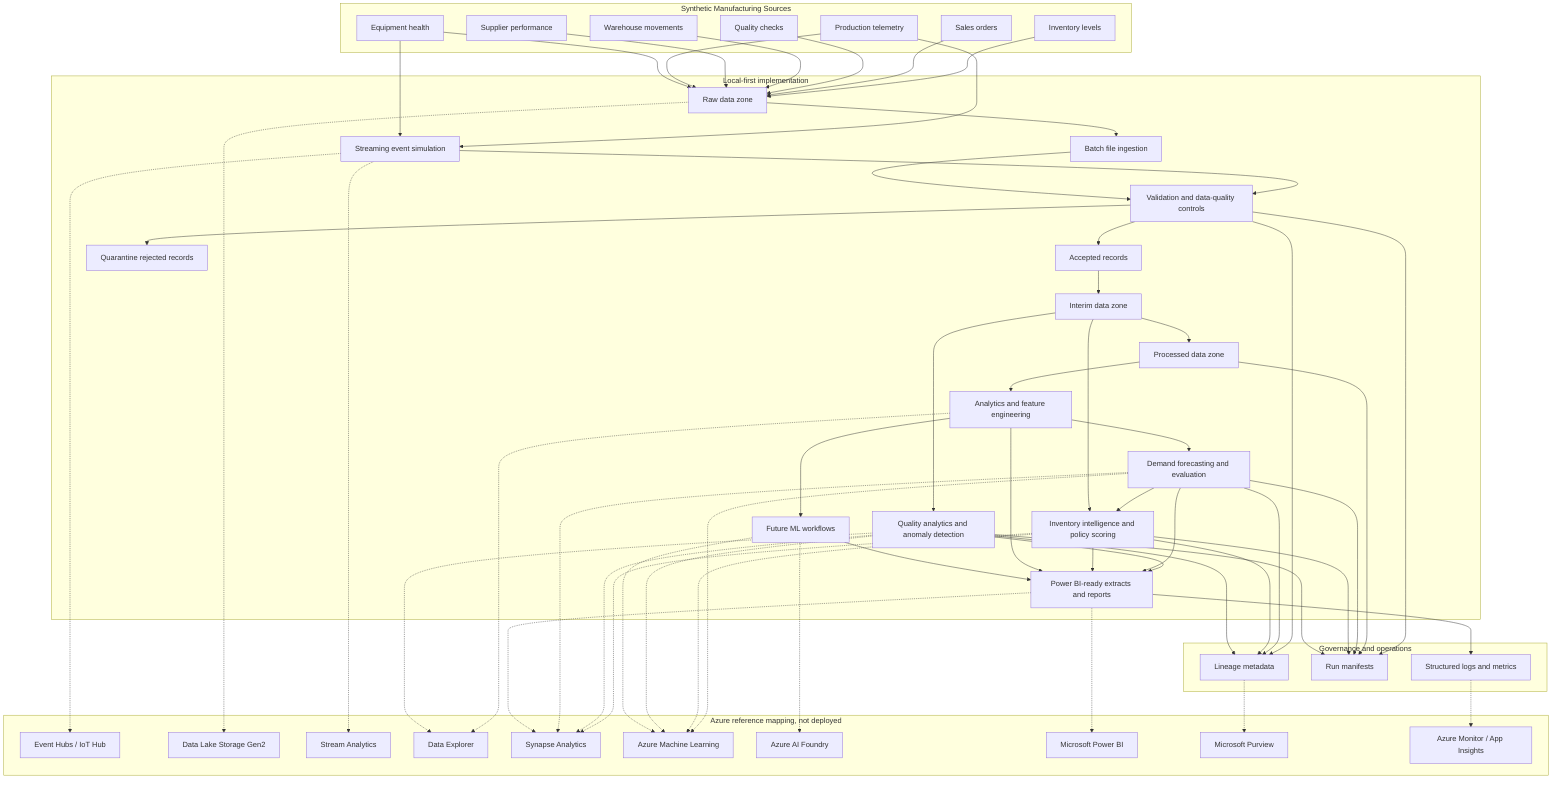
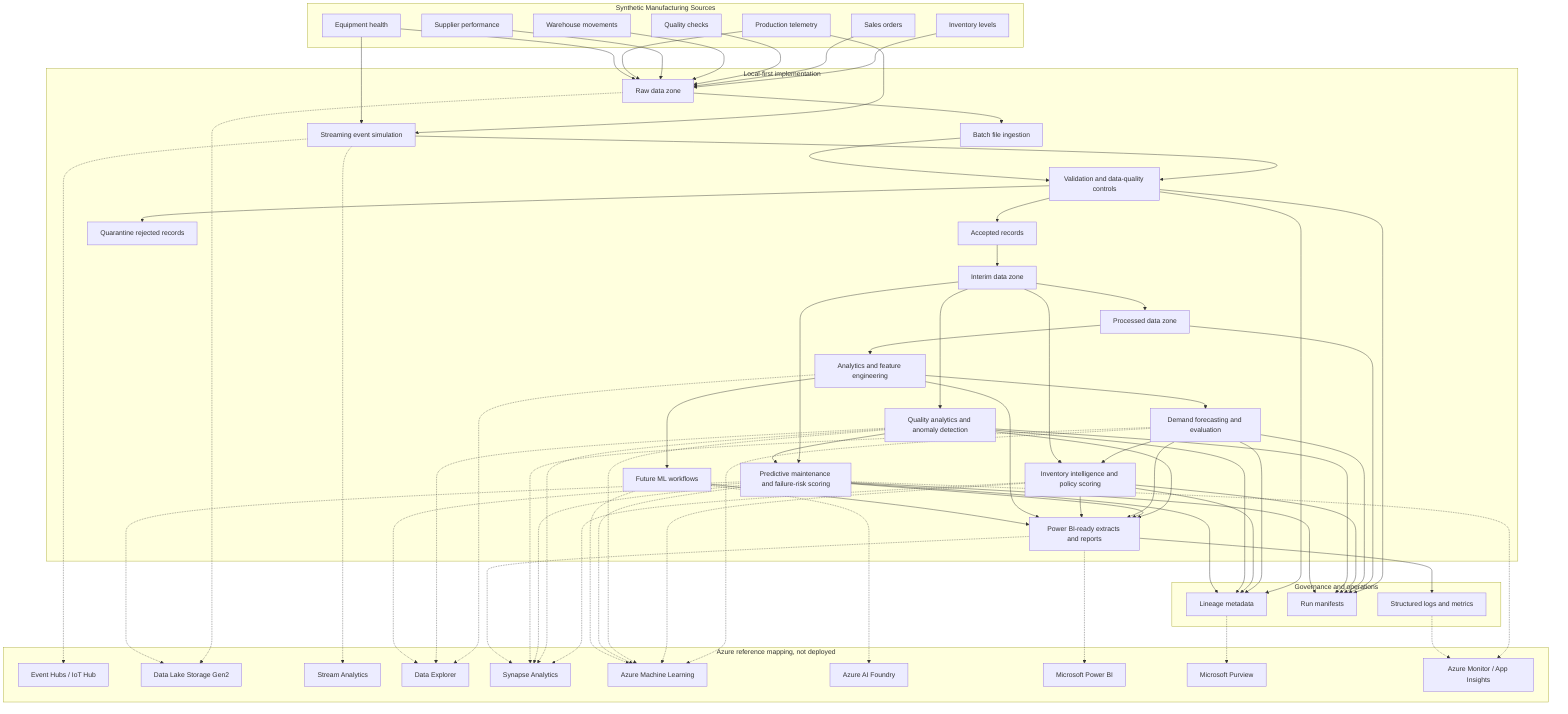
flowchart TD
    subgraph Sources["Synthetic Manufacturing Sources"]
        Production["Production telemetry"]
        Inventory["Inventory levels"]
        Sales["Sales orders"]
        Quality["Quality checks"]
        Equipment["Equipment health"]
        Warehouse["Warehouse movements"]
        Suppliers["Supplier performance"]
    end

    subgraph Local["Local-first implementation"]
        Raw["Raw data zone"]
        Batch["Batch file ingestion"]
        Stream["Streaming event simulation"]
        Validate["Validation and data-quality controls"]
        Accepted["Accepted records"]
        Quarantine["Quarantine rejected records"]
        Interim["Interim data zone"]
        Processed["Processed data zone"]
        Features["Analytics and feature engineering"]
        Forecasting["Demand forecasting and evaluation"]
        InventoryIntel["Inventory intelligence and policy scoring"]
        QualityAnalytics["Quality analytics and anomaly detection"]
+         MaintenanceAnalytics["Predictive maintenance and failure-risk scoring"]
        ML["Future ML workflows"]
        Reporting["Power BI-ready extracts and reports"]
    end

    subgraph Governance["Governance and operations"]
        Lineage["Lineage metadata"]
        Manifests["Run manifests"]
        Logs["Structured logs and metrics"]
    end

    subgraph Azure["Azure reference mapping, not deployed"]
        EventHubs["Event Hubs / IoT Hub"]
        ADLS["Data Lake Storage Gen2"]
        StreamAnalytics["Stream Analytics"]
        ADX["Data Explorer"]
        Synapse["Synapse Analytics"]
        AzureML["Azure Machine Learning"]
        Foundry["Azure AI Foundry"]
        PowerBI["Microsoft Power BI"]
        Purview["Microsoft Purview"]
        Monitor["Azure Monitor / App Insights"]
    end

    Production --> Stream
    Equipment --> Stream
    Inventory --> Raw
    Sales --> Raw
    Quality --> Raw
    Warehouse --> Raw
    Suppliers --> Raw
    Production --> Raw
    Equipment --> Raw
    Raw --> Batch
    Stream --> Validate
    Batch --> Validate
    Validate --> Accepted
    Validate --> Quarantine
    Accepted --> Interim
    Interim --> Processed
    Processed --> Features
    Features --> Forecasting
    Forecasting --> InventoryIntel
    Interim --> InventoryIntel
    Interim --> QualityAnalytics
+     Interim --> MaintenanceAnalytics
+     QualityAnalytics --> MaintenanceAnalytics
    QualityAnalytics --> Reporting
+     MaintenanceAnalytics --> Reporting
    Forecasting --> Reporting
    InventoryIntel --> Reporting
    Features --> ML
    Features --> Reporting
    ML --> Reporting
    Validate --> Lineage
    Validate --> Manifests
    Processed --> Manifests
    Reporting --> Logs
    Forecasting --> Lineage
    Forecasting --> Manifests
    InventoryIntel --> Lineage
    InventoryIntel --> Manifests
    QualityAnalytics --> Lineage
    QualityAnalytics --> Manifests
+     MaintenanceAnalytics --> Lineage
+     MaintenanceAnalytics --> Manifests

    Stream -.-> EventHubs
    Raw -.-> ADLS
    Stream -.-> StreamAnalytics
    Features -.-> ADX
    Forecasting -.-> AzureML
    InventoryIntel -.-> AzureML
    InventoryIntel -.-> Synapse
    QualityAnalytics -.-> ADX
    QualityAnalytics -.-> AzureML
    QualityAnalytics -.-> Synapse
+     MaintenanceAnalytics -.-> ADLS
+     MaintenanceAnalytics -.-> ADX
+     MaintenanceAnalytics -.-> AzureML
+     MaintenanceAnalytics -.-> Synapse
+     MaintenanceAnalytics -.-> Monitor
    Forecasting -.-> Synapse
    Reporting -.-> Synapse
    ML -.-> AzureML
    Reporting -.-> PowerBI
    Lineage -.-> Purview
    Logs -.-> Monitor
    ML -.-> Foundry
